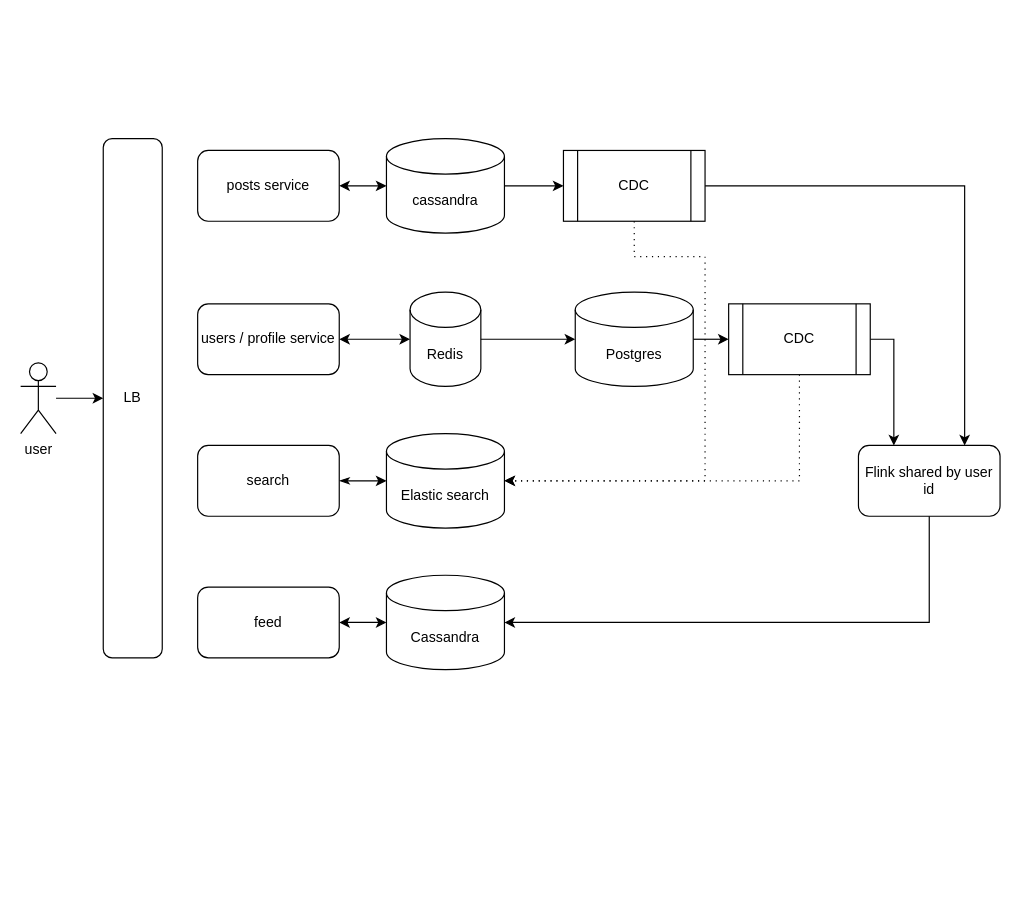
Above: social-media/assets/social-media.drawio in Circles24/high-level-designs (draw.io), before the change. Source tidied: cells renumbered, new cells numbered last; positions are measured from the earlier drawing's top-left corner, leaving out a move shared by most shapes. Both pictures are drawn from the tidied source at 118%, with x=0, y=0 at pixel (20, 138).
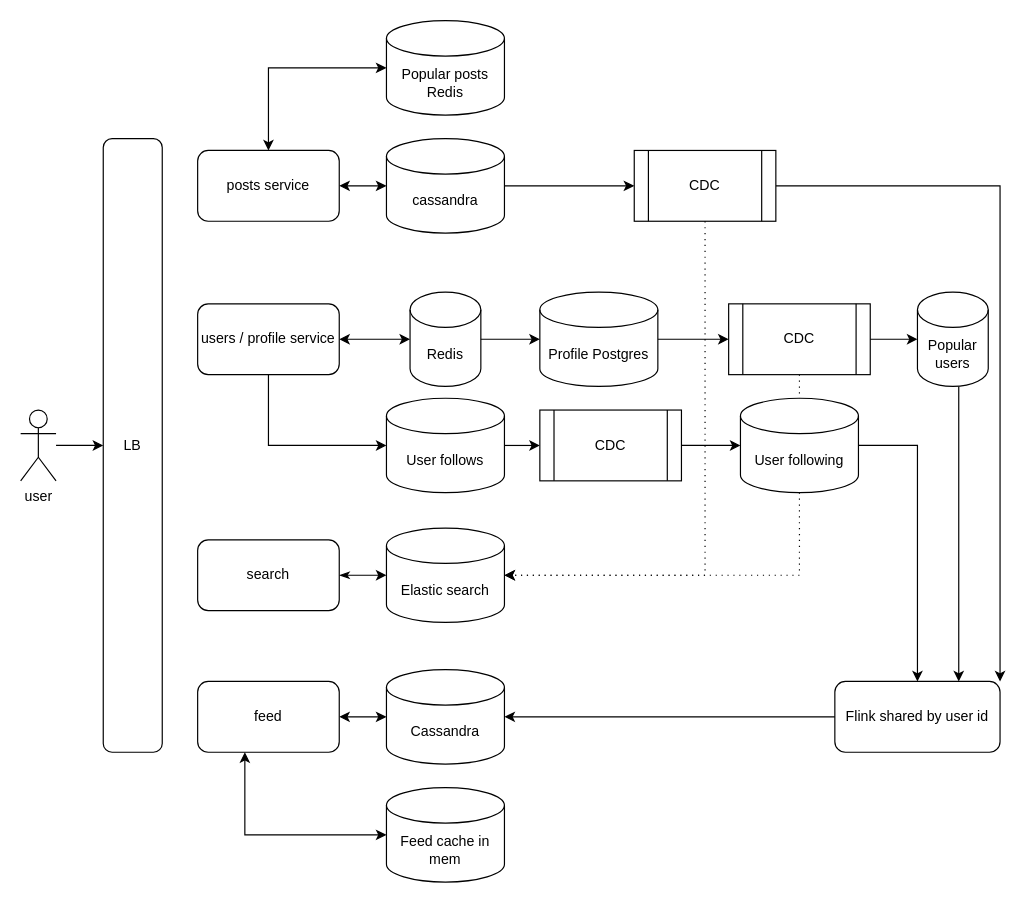
The same page after the edit.

Commit message (it also covers changes not shown here):
feat: add cache into social media design

Unchanged cells that the change refers to:
```xml
<mxCell id="5" value="posts service" style="rounded=1;whiteSpace=wrap;html=1;" parent="1" vertex="1">
  <mxGeometry x="150" y="10" width="120" height="60" as="geometry" />
</mxCell>
<mxCell id="10" value="users / profile service" style="rounded=1;whiteSpace=wrap;html=1;" parent="1" vertex="1">
  <mxGeometry x="150" y="140" width="120" height="60" as="geometry" />
</mxCell>
<mxCell id="22" value="CDC" style="shape=process;whiteSpace=wrap;html=1;backgroundOutline=1;" parent="1" vertex="1">
  <mxGeometry x="600" y="140" width="120" height="60" as="geometry" />
</mxCell>
```

The edit, as a diff of the source:
```diff
@@
     <mxCell id="3" value="user" style="shape=umlActor;verticalLabelPosition=bottom;verticalAlign=top;html=1;outlineConnect=0;" parent="1" vertex="1">
-      <mxGeometry y="190" width="30" height="60" as="geometry" />
+      <mxGeometry y="230" width="30" height="60" as="geometry" />
     </mxCell>
     <mxCell id="4" value="LB" style="rounded=1;whiteSpace=wrap;html=1;" parent="1" vertex="1">
-      <mxGeometry x="70" width="50" height="440" as="geometry" />
+      <mxGeometry x="70" width="50" height="520" as="geometry" />
     </mxCell>
@@
-    <mxCell id="8" style="edgeStyle=orthogonalEdgeStyle;rounded=0;jettySize=auto;html=1;exitX=1;exitY=0.5;exitDx=0;exitDy=0;entryX=0.75;entryY=0;entryDx=0;entryDy=0;" parent="1" edge="1" source="9" target="17">
-      <mxGeometry relative="1" as="geometry" />
+    <mxCell id="8" style="edgeStyle=orthogonalEdgeStyle;rounded=0;jettySize=auto;html=1;exitX=1;exitY=0.5;exitDx=0;exitDy=0;entryX=1;entryY=0;entryDx=0;entryDy=0;" parent="1" edge="1" source="9" target="17">
+      <mxGeometry relative="1" as="geometry">
+        <Array as="points">
+          <mxPoint x="830" y="40" />
+        </Array>
+      </mxGeometry>
     </mxCell>
     <mxCell id="9" value="CDC" style="shape=process;whiteSpace=wrap;html=1;backgroundOutline=1;" parent="1" vertex="1">
-      <mxGeometry x="460" y="10" width="120" height="60" as="geometry" />
+      <mxGeometry x="520" y="10" width="120" height="60" as="geometry" />
     </mxCell>
@@
     <mxCell id="12" value="search" style="rounded=1;whiteSpace=wrap;html=1;" parent="1" vertex="1">
-      <mxGeometry x="150" y="260" width="120" height="60" as="geometry" />
+      <mxGeometry x="150" y="340" width="120" height="60" as="geometry" />
     </mxCell>
@@
-    <mxCell id="14" value="Postgres" style="shape=cylinder3;whiteSpace=wrap;html=1;boundedLbl=1;backgroundOutline=1;size=15;" parent="1" vertex="1">
-      <mxGeometry x="470" y="130" width="100" height="80" as="geometry" />
+    <mxCell id="14" value="Profile Postgres" style="shape=cylinder3;whiteSpace=wrap;html=1;boundedLbl=1;backgroundOutline=1;size=15;" parent="1" vertex="1">
+      <mxGeometry x="440" y="130" width="100" height="80" as="geometry" />
     </mxCell>
     <mxCell id="15" value="Elastic search" style="shape=cylinder3;whiteSpace=wrap;html=1;boundedLbl=1;backgroundOutline=1;size=15;" parent="1" vertex="1">
-      <mxGeometry x="310" y="250" width="100" height="80" as="geometry" />
+      <mxGeometry x="310" y="330" width="100" height="80" as="geometry" />
     </mxCell>
@@
     <mxCell id="17" value="Flink shared by user id" style="rounded=1;whiteSpace=wrap;html=1;" parent="1" vertex="1">
-      <mxGeometry x="710" y="260" width="120" height="60" as="geometry" />
+      <mxGeometry x="690" y="460" width="140" height="60" as="geometry" />
     </mxCell>
@@
     <mxCell id="19" value="feed" style="rounded=1;whiteSpace=wrap;html=1;" parent="1" vertex="1">
-      <mxGeometry x="150" y="380" width="120" height="60" as="geometry" />
+      <mxGeometry x="150" y="460" width="120" height="60" as="geometry" />
     </mxCell>
     <mxCell id="20" value="Cassandra" style="shape=cylinder3;whiteSpace=wrap;html=1;boundedLbl=1;backgroundOutline=1;size=15;" parent="1" vertex="1">
-      <mxGeometry x="310" y="370" width="100" height="80" as="geometry" />
+      <mxGeometry x="310" y="450" width="100" height="80" as="geometry" />
     </mxCell>
-    <mxCell id="21" style="edgeStyle=orthogonalEdgeStyle;rounded=0;jettySize=auto;html=1;exitX=1;exitY=0.5;exitDx=0;exitDy=0;entryX=0.25;entryY=0;entryDx=0;entryDy=0;" parent="1" edge="1" source="22" target="17">
-      <mxGeometry relative="1" as="geometry" />
-    </mxCell>
@@
     <mxCell id="26" style="edgeStyle=orthogonalEdgeStyle;rounded=0;jettySize=auto;html=1;entryX=1;entryY=0.5;entryDx=0;entryDy=0;entryPerimeter=0;" parent="1" edge="1" source="17" target="20">
       <mxGeometry relative="1" as="geometry">
         <Array as="points">
-          <mxPoint x="770" y="410" />
+          <mxPoint x="770" y="490" />
         </Array>
       </mxGeometry>
     </mxCell>
     <mxCell id="27" style="edgeStyle=orthogonalEdgeStyle;rounded=0;jettySize=auto;html=1;entryX=1;entryY=0.5;entryDx=0;entryDy=0;entryPerimeter=0;dashed=1;dashPattern=1 4;" parent="1" edge="1" source="22" target="15">
       <mxGeometry relative="1" as="geometry">
         <Array as="points">
-          <mxPoint x="660" y="290" />
+          <mxPoint x="660" y="370" />
         </Array>
       </mxGeometry>
     </mxCell>
-    <mxCell id="28" style="edgeStyle=orthogonalEdgeStyle;rounded=0;jettySize=auto;html=1;entryX=1;entryY=0.5;entryDx=0;entryDy=0;entryPerimeter=0;dashed=1;dashPattern=1 4;" parent="1" edge="1" target="15">
+    <mxCell id="28" style="edgeStyle=orthogonalEdgeStyle;rounded=0;jettySize=auto;html=1;entryX=1;entryY=0.5;entryDx=0;entryDy=0;entryPerimeter=0;dashed=1;dashPattern=1 4;exitX=0.5;exitY=1;exitDx=0;exitDy=0;" parent="1" edge="1" source="9" target="15">
       <mxGeometry relative="1" as="geometry">
-        <mxPoint x="520" y="70" as="sourcePoint" />
         <Array as="points">
-          <mxPoint x="520" y="100" />
-          <mxPoint x="580" y="100" />
-          <mxPoint x="580" y="290" />
+          <mxPoint x="580" y="370" />
         </Array>
       </mxGeometry>
     </mxCell>
+    <mxCell id="29" style="edgeStyle=orthogonalEdgeStyle;rounded=0;jettySize=auto;html=1;exitX=1;exitY=0.5;exitDx=0;exitDy=0;exitPerimeter=0;entryX=0;entryY=0.5;entryDx=0;entryDy=0;" parent="1" edge="1" source="30" target="32">
+      <mxGeometry relative="1" as="geometry" />
+    </mxCell>
+    <mxCell id="30" value="User follows" style="shape=cylinder3;whiteSpace=wrap;html=1;boundedLbl=1;backgroundOutline=1;size=15;" parent="1" vertex="1">
+      <mxGeometry x="310" y="220" width="100" height="80" as="geometry" />
+    </mxCell>
+    <mxCell id="31" style="edgeStyle=orthogonalEdgeStyle;rounded=0;jettySize=auto;html=1;entryX=0;entryY=0.5;entryDx=0;entryDy=0;entryPerimeter=0;" parent="1" edge="1" source="10" target="30">
+      <mxGeometry relative="1" as="geometry">
+        <Array as="points">
+          <mxPoint x="210" y="260" />
+        </Array>
+      </mxGeometry>
+    </mxCell>
+    <mxCell id="32" value="CDC" style="shape=process;whiteSpace=wrap;html=1;backgroundOutline=1;" parent="1" vertex="1">
+      <mxGeometry x="440" y="230" width="120" height="60" as="geometry" />
+    </mxCell>
+    <mxCell id="33" style="edgeStyle=orthogonalEdgeStyle;rounded=0;jettySize=auto;html=1;exitX=1;exitY=0.5;exitDx=0;exitDy=0;exitPerimeter=0;entryX=0.5;entryY=0;entryDx=0;entryDy=0;" parent="1" edge="1" source="34" target="17">
+      <mxGeometry relative="1" as="geometry" />
+    </mxCell>
+    <mxCell id="34" value="User following" style="shape=cylinder3;whiteSpace=wrap;html=1;boundedLbl=1;backgroundOutline=1;size=15;" parent="1" vertex="1">
+      <mxGeometry x="610" y="220" width="100" height="80" as="geometry" />
+    </mxCell>
+    <mxCell id="35" style="edgeStyle=orthogonalEdgeStyle;rounded=0;jettySize=auto;html=1;entryX=0;entryY=0.5;entryDx=0;entryDy=0;entryPerimeter=0;" parent="1" edge="1" source="32" target="34">
+      <mxGeometry relative="1" as="geometry" />
+    </mxCell>
+    <mxCell id="36" style="edgeStyle=orthogonalEdgeStyle;rounded=0;jettySize=auto;html=1;entryX=0.75;entryY=0;entryDx=0;entryDy=0;" parent="1" edge="1" source="37" target="17">
+      <mxGeometry relative="1" as="geometry">
+        <Array as="points">
+          <mxPoint x="800" y="210" />
+          <mxPoint x="800" y="210" />
+        </Array>
+      </mxGeometry>
+    </mxCell>
+    <mxCell id="37" value="Popular users" style="shape=cylinder3;whiteSpace=wrap;html=1;boundedLbl=1;backgroundOutline=1;size=15;" parent="1" vertex="1">
+      <mxGeometry x="760" y="130" width="60" height="80" as="geometry" />
+    </mxCell>
+    <mxCell id="38" style="edgeStyle=orthogonalEdgeStyle;rounded=0;jettySize=auto;html=1;entryX=0;entryY=0.5;entryDx=0;entryDy=0;entryPerimeter=0;" parent="1" edge="1" source="22" target="37">
+      <mxGeometry relative="1" as="geometry" />
+    </mxCell>
+    <mxCell id="39" value="Popular posts Redis" style="shape=cylinder3;whiteSpace=wrap;html=1;boundedLbl=1;backgroundOutline=1;size=15;" parent="1" vertex="1">
+      <mxGeometry x="310" y="-100" width="100" height="80" as="geometry" />
+    </mxCell>
+    <mxCell id="40" style="edgeStyle=orthogonalEdgeStyle;rounded=0;jettySize=auto;html=1;entryX=0;entryY=0.5;entryDx=0;entryDy=0;entryPerimeter=0;startArrow=classic;startFill=1;" parent="1" edge="1" source="5" target="39">
+      <mxGeometry relative="1" as="geometry">
+        <Array as="points">
+          <mxPoint x="210" y="-60" />
+        </Array>
+      </mxGeometry>
+    </mxCell>
+    <mxCell id="41" value="Feed cache in mem" style="shape=cylinder3;whiteSpace=wrap;html=1;boundedLbl=1;backgroundOutline=1;size=15;" parent="1" vertex="1">
+      <mxGeometry x="310" y="550" width="100" height="80" as="geometry" />
+    </mxCell>
+    <mxCell id="42" style="edgeStyle=orthogonalEdgeStyle;rounded=0;jettySize=auto;html=1;entryX=0;entryY=0.5;entryDx=0;entryDy=0;entryPerimeter=0;startArrow=classic;startFill=1;" parent="1" edge="1" source="19" target="41">
+      <mxGeometry relative="1" as="geometry">
+        <Array as="points">
+          <mxPoint x="190" y="590" />
+        </Array>
+      </mxGeometry>
+    </mxCell>
```
